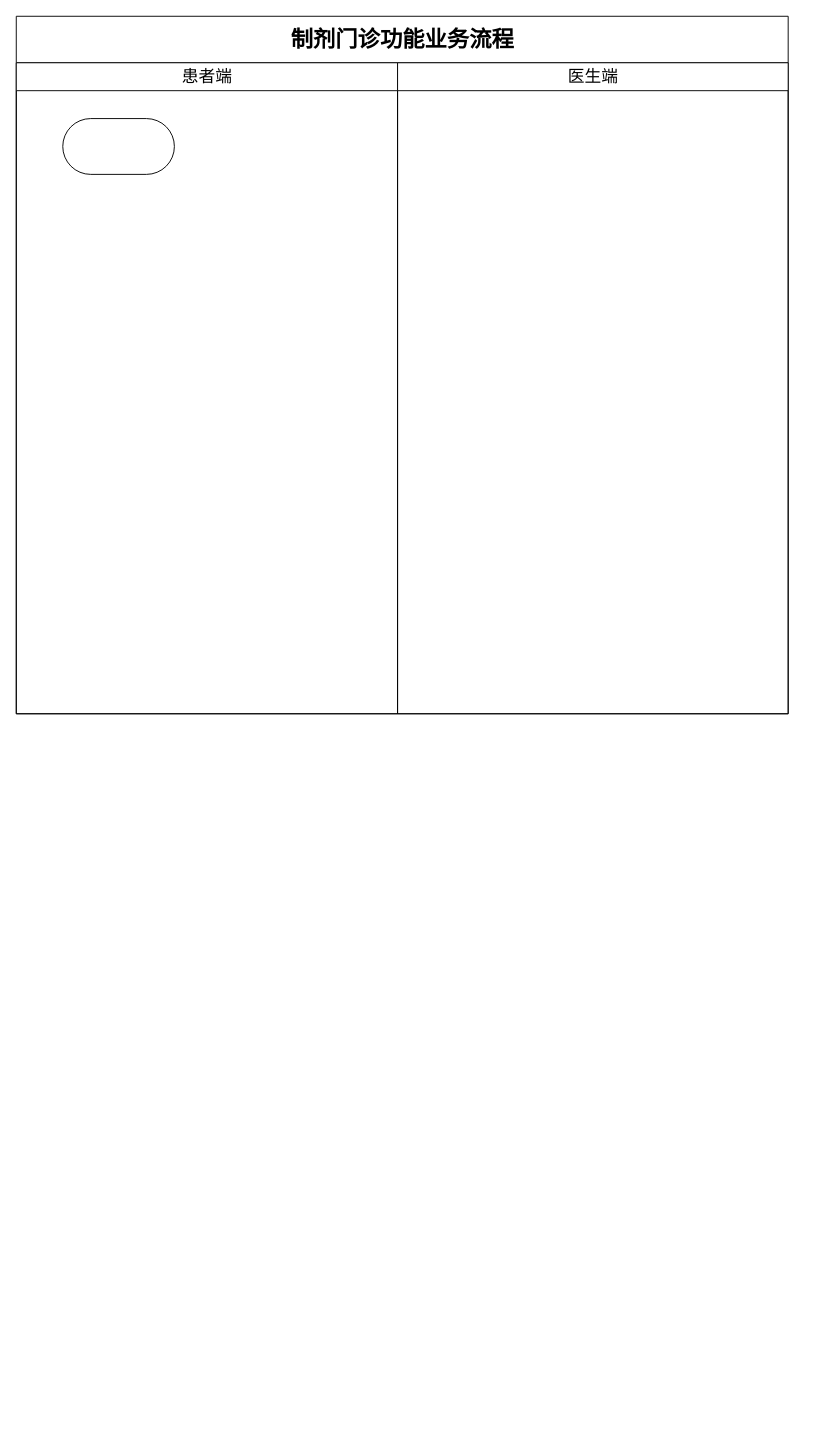
This is 制剂门诊功能.drawio from cherish-h/kaka, a draw.io file, before an edit. Source tidied: cells renumbered, new cells numbered last; positions are measured from the earlier drawing's top-left corner, leaving out a move shared by most shapes. Both pictures are drawn from the tidied source at 93%, with x=0, y=0 at pixel (16, 16).
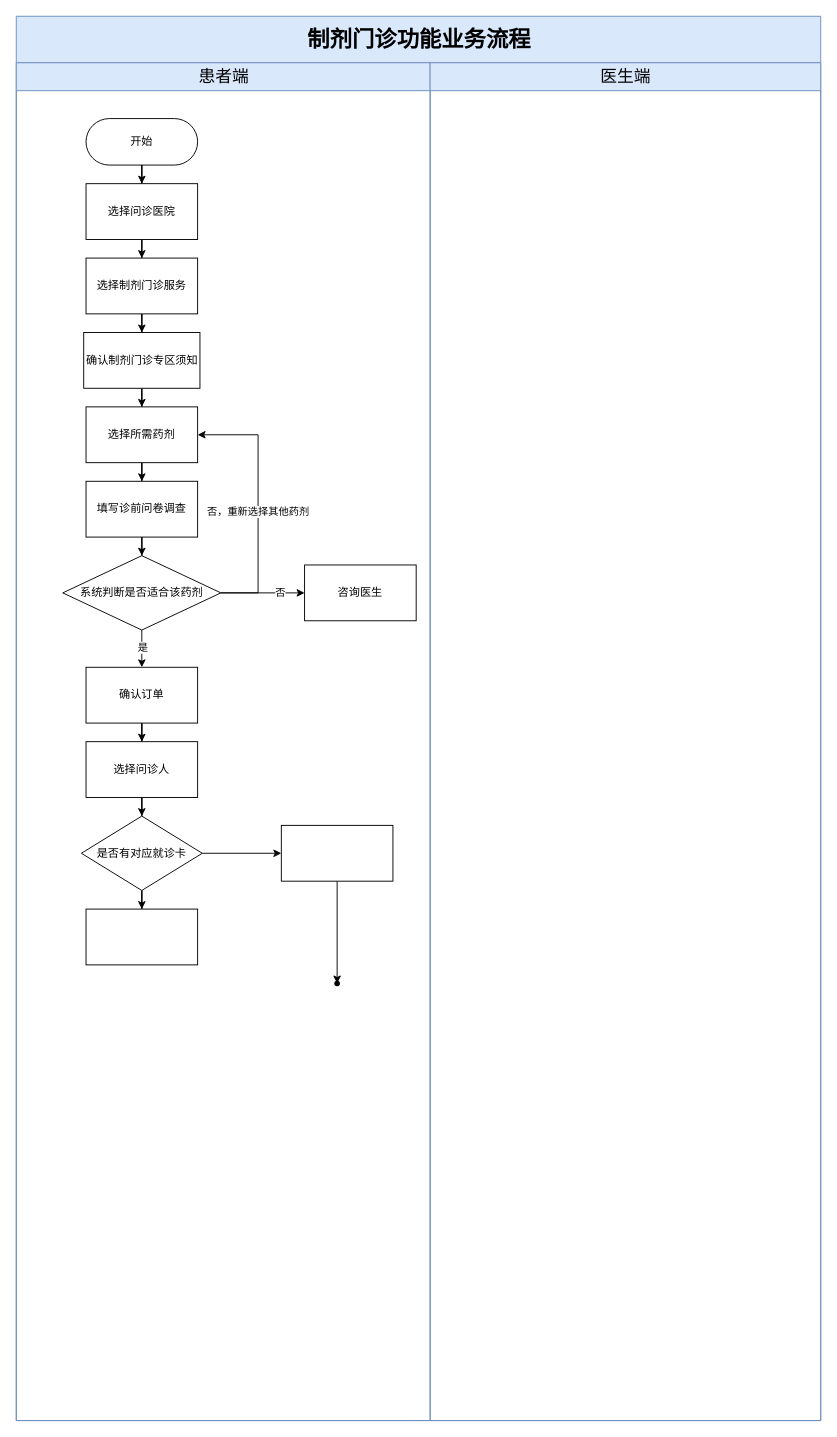
Above is the later version.

Commit message (it also covers changes not shown here):
更新制剂门诊功能.drawio

Change to the diagram source:
```diff
@@
-    <mxCell id="2" value="&lt;p class=&quot;MsoNormal&quot;&gt;&lt;span style=&quot;font-family: 宋体;&quot;&gt;&lt;font style=&quot;font-size: 24px;&quot;&gt;制剂门诊功能业务流程&lt;/font&gt;&lt;/span&gt;&lt;/p&gt;" style="swimlane;html=1;startSize=50;rounded=0;shadow=0;labelBackgroundColor=none;strokeWidth=1;fontFamily=Verdana;fontSize=8;align=center;" parent="1" vertex="1">
-      <mxGeometry width="830" height="750" as="geometry" />
+    <mxCell id="2" value="&lt;p class=&quot;MsoNormal&quot;&gt;&lt;span style=&quot;font-family: 宋体;&quot;&gt;&lt;font style=&quot;font-size: 24px;&quot;&gt;制剂门诊功能业务流程&lt;/font&gt;&lt;/span&gt;&lt;/p&gt;" style="swimlane;html=1;startSize=50;rounded=0;shadow=0;labelBackgroundColor=none;strokeWidth=1;fontFamily=Verdana;fontSize=8;align=center;fillColor=#dae8fc;strokeColor=#6c8ebf;" parent="1" vertex="1">
+      <mxGeometry width="865" height="1510" as="geometry" />
     </mxCell>
-    <mxCell id="3" value="&lt;font style=&quot;font-size: 18px; font-weight: normal;&quot;&gt;患者端&lt;/font&gt;" style="swimlane;html=1;startSize=30;" parent="2" vertex="1">
-      <mxGeometry y="50" width="410" height="700" as="geometry" />
+    <mxCell id="3" value="&lt;font style=&quot;font-size: 18px; font-weight: normal;&quot;&gt;患者端&lt;/font&gt;" style="swimlane;html=1;startSize=30;fillColor=#dae8fc;strokeColor=#6c8ebf;" parent="2" vertex="1">
+      <mxGeometry y="50" width="445" height="1460" as="geometry" />
     </mxCell>
+    <mxCell id="6" style="edgeStyle=orthogonalEdgeStyle;rounded=0;jettySize=auto;html=1;" parent="3" edge="1" source="4" target="8">
+      <mxGeometry relative="1" as="geometry" />
+    </mxCell>
-    <mxCell id="4" style="rounded=1;whiteSpace=wrap;html=1;arcSize=50;" parent="3" vertex="1">
-      <mxGeometry x="50" y="60" width="120" height="60" as="geometry" />
+    <mxCell id="4" value="开始" style="rounded=1;whiteSpace=wrap;html=1;arcSize=50;" parent="3" vertex="1">
+      <mxGeometry x="75" y="60" width="120" height="50" as="geometry" />
     </mxCell>
+    <mxCell id="7" style="edgeStyle=orthogonalEdgeStyle;rounded=0;jettySize=auto;html=1;" parent="3" edge="1" source="8" target="10">
+      <mxGeometry relative="1" as="geometry" />
+    </mxCell>
+    <mxCell id="8" value="选择问诊医院" style="rounded=0;whiteSpace=wrap;html=1;" parent="3" vertex="1">
+      <mxGeometry x="75" y="130" width="120" height="60" as="geometry" />
+    </mxCell>
+    <mxCell id="9" style="edgeStyle=orthogonalEdgeStyle;rounded=0;jettySize=auto;html=1;" parent="3" edge="1" source="10" target="12">
+      <mxGeometry relative="1" as="geometry" />
+    </mxCell>
+    <mxCell id="10" value="选择制剂门诊服务" style="whiteSpace=wrap;html=1;rounded=0;" parent="3" vertex="1">
+      <mxGeometry x="75" y="210" width="120" height="60" as="geometry" />
+    </mxCell>
+    <mxCell id="11" style="edgeStyle=orthogonalEdgeStyle;rounded=0;jettySize=auto;html=1;" parent="3" edge="1" source="12" target="14">
+      <mxGeometry relative="1" as="geometry" />
+    </mxCell>
+    <mxCell id="12" value="确认制剂门诊专区须知" style="whiteSpace=wrap;html=1;rounded=0;" parent="3" vertex="1">
+      <mxGeometry x="72.5" y="290" width="125" height="60" as="geometry" />
+    </mxCell>
+    <mxCell id="13" style="edgeStyle=orthogonalEdgeStyle;rounded=0;jettySize=auto;html=1;" parent="3" edge="1" source="14" target="16">
+      <mxGeometry relative="1" as="geometry" />
+    </mxCell>
+    <mxCell id="14" value="选择所需药剂" style="whiteSpace=wrap;html=1;rounded=0;" parent="3" vertex="1">
+      <mxGeometry x="75" y="370" width="120" height="60" as="geometry" />
+    </mxCell>
+    <mxCell id="15" style="edgeStyle=orthogonalEdgeStyle;rounded=0;jettySize=auto;html=1;" parent="3" edge="1" source="16" target="21">
+      <mxGeometry relative="1" as="geometry" />
+    </mxCell>
+    <mxCell id="16" value="填写诊前问卷调查" style="whiteSpace=wrap;html=1;rounded=0;" parent="3" vertex="1">
+      <mxGeometry x="75" y="450" width="120" height="60" as="geometry" />
+    </mxCell>
+    <mxCell id="17" style="edgeStyle=orthogonalEdgeStyle;rounded=0;jettySize=auto;html=1;" parent="3" edge="1" source="21" target="23">
+      <mxGeometry relative="1" as="geometry" />
+    </mxCell>
+    <mxCell id="18" value="是" style="edgeLabel;html=1;align=center;verticalAlign=middle;" parent="17" vertex="1">
+      <mxGeometry x="-0.12" relative="1" as="geometry" />
+    </mxCell>
+    <mxCell id="19" style="edgeStyle=orthogonalEdgeStyle;rounded=0;jettySize=auto;html=1;entryX=0;entryY=0.5;entryDx=0;entryDy=0;" parent="3" edge="1" source="21" target="24">
+      <mxGeometry relative="1" as="geometry">
+        <Array as="points">
+          <mxPoint x="280" y="570" />
+          <mxPoint x="280" y="570" />
+        </Array>
+      </mxGeometry>
+    </mxCell>
+    <mxCell id="20" value="否" style="edgeLabel;html=1;align=center;verticalAlign=middle;" parent="19" vertex="1">
+      <mxGeometry x="0.41" y="1" relative="1" as="geometry" />
+    </mxCell>
+    <mxCell id="21" value="系统判断是否适合该药剂" style="rhombus;whiteSpace=wrap;html=1;rounded=0;" parent="3" vertex="1">
+      <mxGeometry x="50" y="530" width="170" height="80" as="geometry" />
+    </mxCell>
+    <mxCell id="22" style="edgeStyle=orthogonalEdgeStyle;rounded=0;jettySize=auto;html=1;" parent="3" edge="1" source="23" target="28">
+      <mxGeometry relative="1" as="geometry" />
+    </mxCell>
+    <mxCell id="23" value="确认订单" style="whiteSpace=wrap;html=1;rounded=0;" parent="3" vertex="1">
+      <mxGeometry x="75" y="650" width="120" height="60" as="geometry" />
+    </mxCell>
+    <mxCell id="24" value="咨询医生" style="whiteSpace=wrap;html=1;rounded=0;" parent="3" vertex="1">
+      <mxGeometry x="310" y="540" width="120" height="60" as="geometry" />
+    </mxCell>
+    <mxCell id="25" style="endArrow=classic;html=1;rounded=0;exitX=1;exitY=0.5;exitDx=0;exitDy=0;entryX=1;entryY=0.5;entryDx=0;entryDy=0;endFill=1;" parent="3" edge="1" source="21" target="14">
+      <mxGeometry relative="1" as="geometry">
+        <Array as="points">
+          <mxPoint x="260" y="570" />
+          <mxPoint x="260" y="400" />
+        </Array>
+      </mxGeometry>
+    </mxCell>
+    <mxCell id="26" value="否，重新选择其他药剂" style="edgeLabel;html=1;align=center;verticalAlign=middle;" parent="25" vertex="1">
+      <mxGeometry x="-0.07" y="1" relative="1" as="geometry" />
+    </mxCell>
+    <mxCell id="27" style="edgeStyle=orthogonalEdgeStyle;rounded=0;jettySize=auto;html=1;" parent="3" edge="1" source="28" target="31">
+      <mxGeometry relative="1" as="geometry" />
+    </mxCell>
+    <mxCell id="28" value="选择问诊人" style="whiteSpace=wrap;html=1;rounded=0;" parent="3" vertex="1">
+      <mxGeometry x="75" y="730" width="120" height="60" as="geometry" />
+    </mxCell>
+    <mxCell id="29" style="edgeStyle=orthogonalEdgeStyle;rounded=0;jettySize=auto;html=1;" parent="3" edge="1" source="31" target="32">
+      <mxGeometry relative="1" as="geometry" />
+    </mxCell>
+    <mxCell id="30" style="edgeStyle=orthogonalEdgeStyle;rounded=0;jettySize=auto;html=1;" parent="3" edge="1" source="31" target="34">
+      <mxGeometry relative="1" as="geometry" />
+    </mxCell>
+    <mxCell id="31" value="是否有对应就诊卡" style="rhombus;whiteSpace=wrap;html=1;rounded=0;" parent="3" vertex="1">
+      <mxGeometry x="70" y="810" width="130" height="80" as="geometry" />
+    </mxCell>
+    <mxCell id="32" style="whiteSpace=wrap;html=1;rounded=0;" parent="3" vertex="1">
+      <mxGeometry x="75" y="910" width="120" height="60" as="geometry" />
+    </mxCell>
+    <mxCell id="33" style="edgeStyle=orthogonalEdgeStyle;rounded=0;jettySize=auto;html=1;" parent="3" edge="1" source="34" target="35">
+      <mxGeometry relative="1" as="geometry" />
+    </mxCell>
+    <mxCell id="34" style="whiteSpace=wrap;html=1;rounded=0;" parent="3" vertex="1">
+      <mxGeometry x="285" y="820" width="120" height="60" as="geometry" />
+    </mxCell>
+    <mxCell id="35" style="shape=waypoint;sketch=0;size=6;points=[];fillColor=default;perimeter=centerPerimeter;snapToPoint=1;rounded=0;" parent="3" vertex="1">
+      <mxGeometry x="335" y="980" width="20" height="20" as="geometry" />
+    </mxCell>
-    <mxCell id="5" value="&lt;font style=&quot;font-size: 18px; font-weight: normal;&quot;&gt;医生端&lt;/font&gt;" style="swimlane;html=1;startSize=30;" parent="2" vertex="1">
-      <mxGeometry x="410" y="50" width="420" height="700" as="geometry" />
+    <mxCell id="5" value="&lt;font style=&quot;font-size: 18px; font-weight: normal;&quot;&gt;医生端&lt;/font&gt;" style="swimlane;html=1;startSize=30;fillColor=#dae8fc;strokeColor=#6c8ebf;" parent="2" vertex="1">
+      <mxGeometry x="445" y="50" width="420" height="1460" as="geometry" />
     </mxCell>
```
